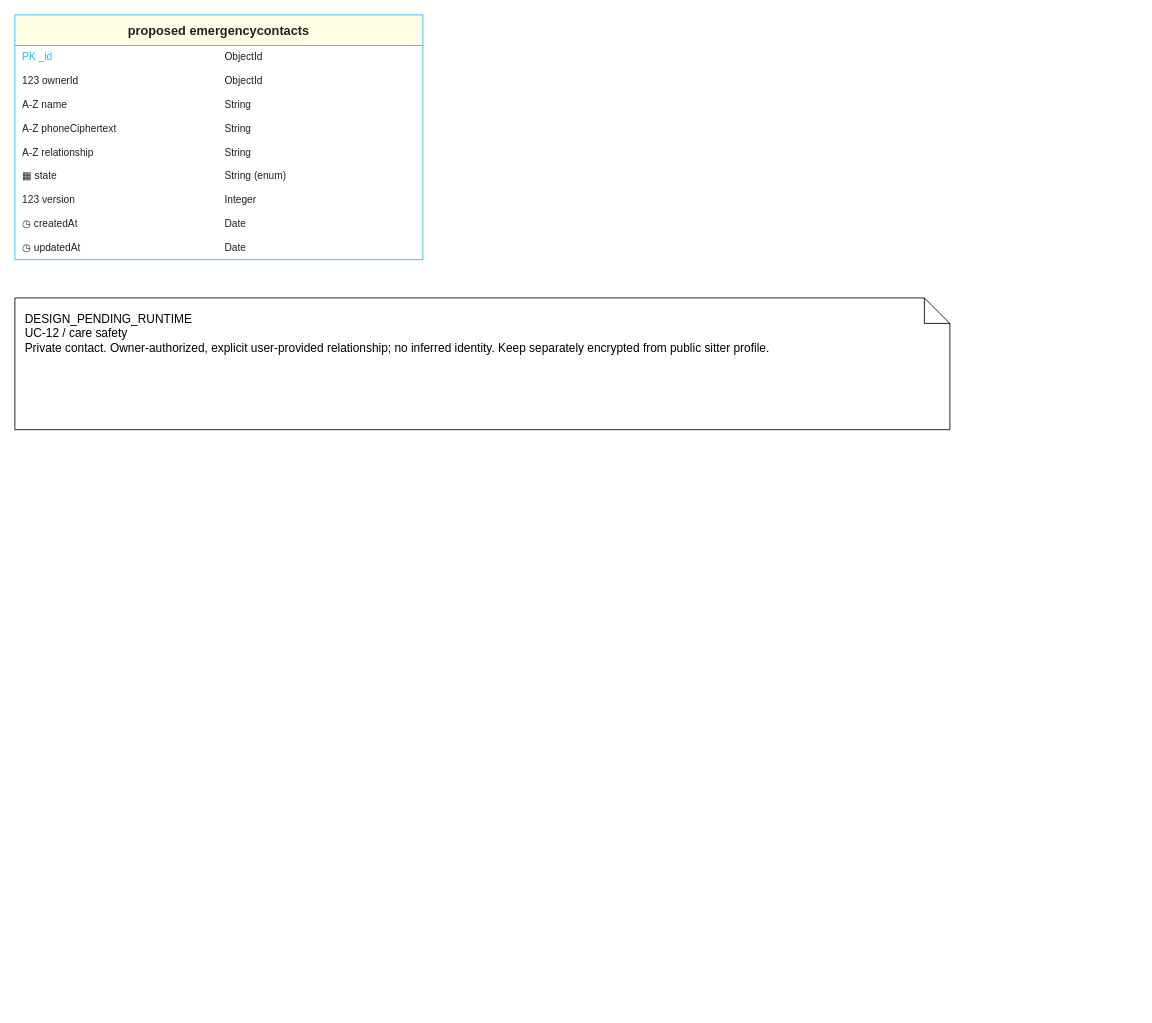
This is page "EmergencyContact — DESIGN_PENDING_RUNTIME" (1 of 11) of doc/reports/report4/database/planned-domain-schema.drawio from ngocthanhhx7/SEP490_G101_FALL2026, a draw.io file, before an edit. Source tidied: cells renumbered, new cells numbered last; positions are measured from the earlier drawing's top-left corner, leaving out a move shared by most shapes. Both pictures are drawn from the tidied source at 85%, with x=0, y=0 at pixel (14, 14).
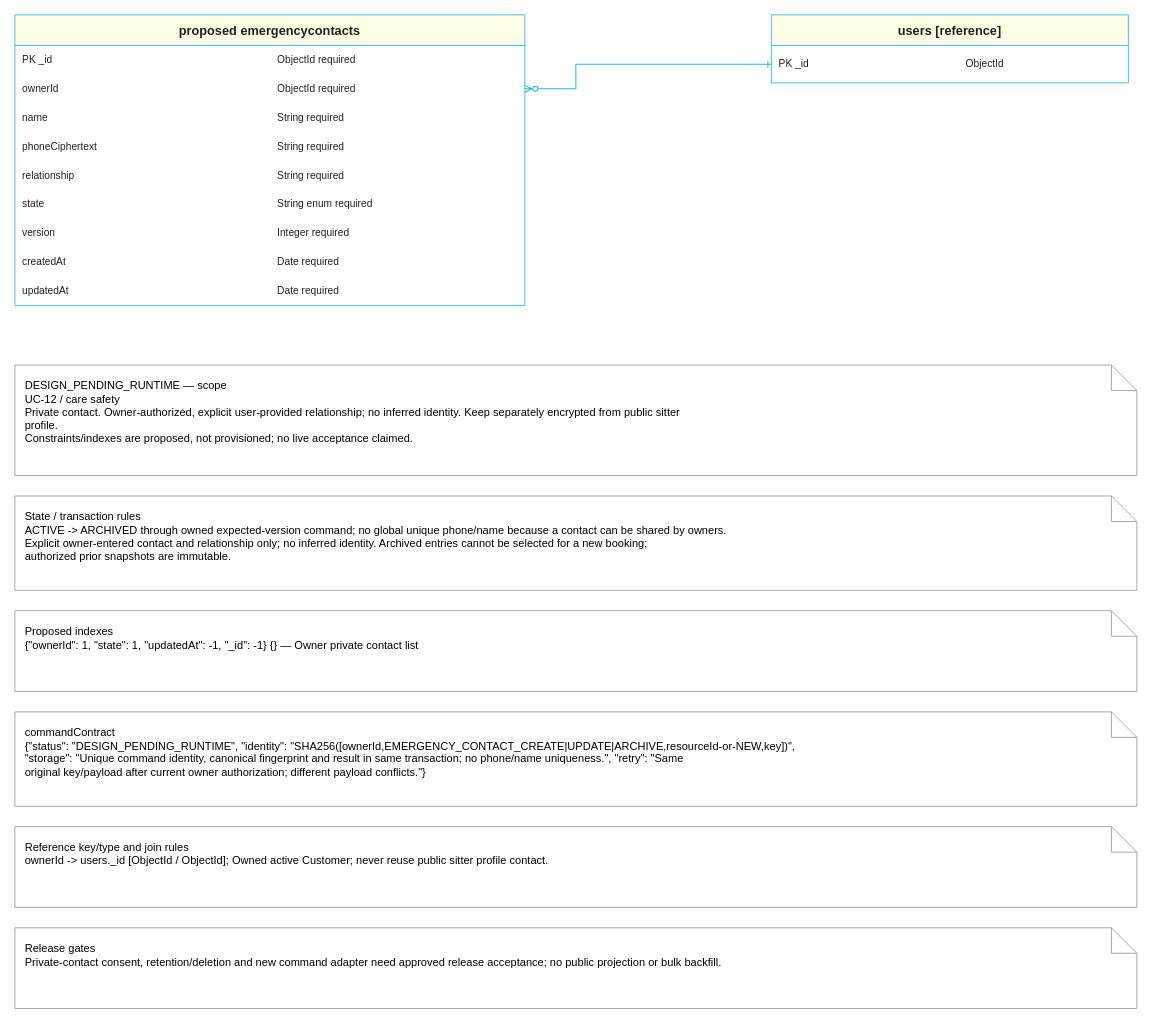
After the change.

Change to the diagram source:
```diff
@@
     <mxCell id="2" value="proposed emergencycontacts" style="swimlane;startSize=36;horizontal=1;rounded=0;html=0;fillColor=#FFFFE5;swimlaneFillColor=#ffffff;strokeColor=#22B8F0;fontColor=#202020;fontSize=15;fontStyle=1;align=center;" parent="1" vertex="1">
-      <mxGeometry width="480" height="288" as="geometry" />
+      <mxGeometry width="600" height="342" as="geometry" />
     </mxCell>
-    <mxCell id="3" value="PK _id" style="text;html=0;whiteSpace=wrap;overflow=hidden;align=left;verticalAlign=middle;fontSize=12;fontColor=#22B8F0;spacingLeft=7;strokeColor=none;" parent="2" vertex="1">
-      <mxGeometry y="36" width="240" height="28" as="geometry" />
+    <mxCell id="3" value="PK _id" style="text;html=0;whiteSpace=wrap;overflow=hidden;align=left;verticalAlign=middle;fontSize=12;fontColor=#202020;spacingLeft=7;strokeColor=none;" parent="2" vertex="1">
+      <mxGeometry y="36" width="300" height="34" as="geometry" />
     </mxCell>
-    <mxCell id="4" value="ObjectId" style="text;html=0;whiteSpace=wrap;overflow=hidden;align=left;verticalAlign=middle;fontSize=12;fontColor=#202020;spacingLeft=5;strokeColor=none;" parent="2" vertex="1">
-      <mxGeometry x="240" y="36" width="240" height="28" as="geometry" />
+    <mxCell id="4" value="ObjectId required" style="text;html=0;whiteSpace=wrap;overflow=hidden;align=left;verticalAlign=middle;fontSize=12;fontColor=#202020;spacingLeft=7;strokeColor=none;" parent="2" vertex="1">
+      <mxGeometry x="300" y="36" width="300" height="34" as="geometry" />
     </mxCell>
-    <mxCell id="5" value="123 ownerId" style="text;html=0;whiteSpace=wrap;overflow=hidden;align=left;verticalAlign=middle;fontSize=12;fontColor=#202020;spacingLeft=7;strokeColor=none;" parent="2" vertex="1">
-      <mxGeometry y="64" width="240" height="28" as="geometry" />
+    <mxCell id="5" value="ownerId" style="text;html=0;whiteSpace=wrap;overflow=hidden;align=left;verticalAlign=middle;fontSize=12;fontColor=#202020;spacingLeft=7;strokeColor=none;" parent="2" vertex="1">
+      <mxGeometry y="70" width="300" height="34" as="geometry" />
     </mxCell>
-    <mxCell id="6" value="ObjectId" style="text;html=0;whiteSpace=wrap;overflow=hidden;align=left;verticalAlign=middle;fontSize=12;fontColor=#202020;spacingLeft=5;strokeColor=none;" parent="2" vertex="1">
-      <mxGeometry x="240" y="64" width="240" height="28" as="geometry" />
+    <mxCell id="6" value="ObjectId required" style="text;html=0;whiteSpace=wrap;overflow=hidden;align=left;verticalAlign=middle;fontSize=12;fontColor=#202020;spacingLeft=7;strokeColor=none;" parent="2" vertex="1">
+      <mxGeometry x="300" y="70" width="300" height="34" as="geometry" />
     </mxCell>
-    <mxCell id="7" value="A-Z name" style="text;html=0;whiteSpace=wrap;overflow=hidden;align=left;verticalAlign=middle;fontSize=12;fontColor=#202020;spacingLeft=7;strokeColor=none;" parent="2" vertex="1">
-      <mxGeometry y="92" width="240" height="28" as="geometry" />
+    <mxCell id="7" value="name" style="text;html=0;whiteSpace=wrap;overflow=hidden;align=left;verticalAlign=middle;fontSize=12;fontColor=#202020;spacingLeft=7;strokeColor=none;" parent="2" vertex="1">
+      <mxGeometry y="104" width="300" height="34" as="geometry" />
     </mxCell>
-    <mxCell id="8" value="String" style="text;html=0;whiteSpace=wrap;overflow=hidden;align=left;verticalAlign=middle;fontSize=12;fontColor=#202020;spacingLeft=5;strokeColor=none;" parent="2" vertex="1">
-      <mxGeometry x="240" y="92" width="240" height="28" as="geometry" />
+    <mxCell id="8" value="String required" style="text;html=0;whiteSpace=wrap;overflow=hidden;align=left;verticalAlign=middle;fontSize=12;fontColor=#202020;spacingLeft=7;strokeColor=none;" parent="2" vertex="1">
+      <mxGeometry x="300" y="104" width="300" height="34" as="geometry" />
     </mxCell>
-    <mxCell id="9" value="A-Z phoneCiphertext" style="text;html=0;whiteSpace=wrap;overflow=hidden;align=left;verticalAlign=middle;fontSize=12;fontColor=#202020;spacingLeft=7;strokeColor=none;" parent="2" vertex="1">
-      <mxGeometry y="120" width="240" height="28" as="geometry" />
+    <mxCell id="9" value="phoneCiphertext" style="text;html=0;whiteSpace=wrap;overflow=hidden;align=left;verticalAlign=middle;fontSize=12;fontColor=#202020;spacingLeft=7;strokeColor=none;" parent="2" vertex="1">
+      <mxGeometry y="138" width="300" height="34" as="geometry" />
     </mxCell>
-    <mxCell id="10" value="String" style="text;html=0;whiteSpace=wrap;overflow=hidden;align=left;verticalAlign=middle;fontSize=12;fontColor=#202020;spacingLeft=5;strokeColor=none;" parent="2" vertex="1">
-      <mxGeometry x="240" y="120" width="240" height="28" as="geometry" />
+    <mxCell id="10" value="String required" style="text;html=0;whiteSpace=wrap;overflow=hidden;align=left;verticalAlign=middle;fontSize=12;fontColor=#202020;spacingLeft=7;strokeColor=none;" parent="2" vertex="1">
+      <mxGeometry x="300" y="138" width="300" height="34" as="geometry" />
     </mxCell>
-    <mxCell id="11" value="A-Z relationship" style="text;html=0;whiteSpace=wrap;overflow=hidden;align=left;verticalAlign=middle;fontSize=12;fontColor=#202020;spacingLeft=7;strokeColor=none;" parent="2" vertex="1">
-      <mxGeometry y="148" width="240" height="28" as="geometry" />
+    <mxCell id="11" value="relationship" style="text;html=0;whiteSpace=wrap;overflow=hidden;align=left;verticalAlign=middle;fontSize=12;fontColor=#202020;spacingLeft=7;strokeColor=none;" parent="2" vertex="1">
+      <mxGeometry y="172" width="300" height="34" as="geometry" />
     </mxCell>
-    <mxCell id="12" value="String" style="text;html=0;whiteSpace=wrap;overflow=hidden;align=left;verticalAlign=middle;fontSize=12;fontColor=#202020;spacingLeft=5;strokeColor=none;" parent="2" vertex="1">
-      <mxGeometry x="240" y="148" width="240" height="28" as="geometry" />
+    <mxCell id="12" value="String required" style="text;html=0;whiteSpace=wrap;overflow=hidden;align=left;verticalAlign=middle;fontSize=12;fontColor=#202020;spacingLeft=7;strokeColor=none;" parent="2" vertex="1">
+      <mxGeometry x="300" y="172" width="300" height="34" as="geometry" />
     </mxCell>
-    <mxCell id="13" value="▦ state" style="text;html=0;whiteSpace=wrap;overflow=hidden;align=left;verticalAlign=middle;fontSize=12;fontColor=#202020;spacingLeft=7;strokeColor=none;" parent="2" vertex="1">
-      <mxGeometry y="176" width="240" height="28" as="geometry" />
+    <mxCell id="13" value="state" style="text;html=0;whiteSpace=wrap;overflow=hidden;align=left;verticalAlign=middle;fontSize=12;fontColor=#202020;spacingLeft=7;strokeColor=none;" parent="2" vertex="1">
+      <mxGeometry y="206" width="300" height="34" as="geometry" />
     </mxCell>
-    <mxCell id="14" value="String (enum)" style="text;html=0;whiteSpace=wrap;overflow=hidden;align=left;verticalAlign=middle;fontSize=12;fontColor=#202020;spacingLeft=5;strokeColor=none;" parent="2" vertex="1">
-      <mxGeometry x="240" y="176" width="240" height="28" as="geometry" />
+    <mxCell id="14" value="String enum required" style="text;html=0;whiteSpace=wrap;overflow=hidden;align=left;verticalAlign=middle;fontSize=12;fontColor=#202020;spacingLeft=7;strokeColor=none;" parent="2" vertex="1">
+      <mxGeometry x="300" y="206" width="300" height="34" as="geometry" />
     </mxCell>
-    <mxCell id="15" value="123 version" style="text;html=0;whiteSpace=wrap;overflow=hidden;align=left;verticalAlign=middle;fontSize=12;fontColor=#202020;spacingLeft=7;strokeColor=none;" parent="2" vertex="1">
-      <mxGeometry y="204" width="240" height="28" as="geometry" />
+    <mxCell id="15" value="version" style="text;html=0;whiteSpace=wrap;overflow=hidden;align=left;verticalAlign=middle;fontSize=12;fontColor=#202020;spacingLeft=7;strokeColor=none;" parent="2" vertex="1">
+      <mxGeometry y="240" width="300" height="34" as="geometry" />
     </mxCell>
-    <mxCell id="16" value="Integer" style="text;html=0;whiteSpace=wrap;overflow=hidden;align=left;verticalAlign=middle;fontSize=12;fontColor=#202020;spacingLeft=5;strokeColor=none;" parent="2" vertex="1">
-      <mxGeometry x="240" y="204" width="240" height="28" as="geometry" />
+    <mxCell id="16" value="Integer required" style="text;html=0;whiteSpace=wrap;overflow=hidden;align=left;verticalAlign=middle;fontSize=12;fontColor=#202020;spacingLeft=7;strokeColor=none;" parent="2" vertex="1">
+      <mxGeometry x="300" y="240" width="300" height="34" as="geometry" />
     </mxCell>
-    <mxCell id="17" value="◷ createdAt" style="text;html=0;whiteSpace=wrap;overflow=hidden;align=left;verticalAlign=middle;fontSize=12;fontColor=#202020;spacingLeft=7;strokeColor=none;" parent="2" vertex="1">
-      <mxGeometry y="232" width="240" height="28" as="geometry" />
+    <mxCell id="17" value="createdAt" style="text;html=0;whiteSpace=wrap;overflow=hidden;align=left;verticalAlign=middle;fontSize=12;fontColor=#202020;spacingLeft=7;strokeColor=none;" parent="2" vertex="1">
+      <mxGeometry y="274" width="300" height="34" as="geometry" />
     </mxCell>
-    <mxCell id="18" value="Date" style="text;html=0;whiteSpace=wrap;overflow=hidden;align=left;verticalAlign=middle;fontSize=12;fontColor=#202020;spacingLeft=5;strokeColor=none;" parent="2" vertex="1">
-      <mxGeometry x="240" y="232" width="240" height="28" as="geometry" />
+    <mxCell id="18" value="Date required" style="text;html=0;whiteSpace=wrap;overflow=hidden;align=left;verticalAlign=middle;fontSize=12;fontColor=#202020;spacingLeft=7;strokeColor=none;" parent="2" vertex="1">
+      <mxGeometry x="300" y="274" width="300" height="34" as="geometry" />
     </mxCell>
-    <mxCell id="19" value="◷ updatedAt" style="text;html=0;whiteSpace=wrap;overflow=hidden;align=left;verticalAlign=middle;fontSize=12;fontColor=#202020;spacingLeft=7;strokeColor=none;" parent="2" vertex="1">
-      <mxGeometry y="260" width="240" height="28" as="geometry" />
+    <mxCell id="19" value="updatedAt" style="text;html=0;whiteSpace=wrap;overflow=hidden;align=left;verticalAlign=middle;fontSize=12;fontColor=#202020;spacingLeft=7;strokeColor=none;" parent="2" vertex="1">
+      <mxGeometry y="308" width="300" height="34" as="geometry" />
     </mxCell>
-    <mxCell id="20" value="Date" style="text;html=0;whiteSpace=wrap;overflow=hidden;align=left;verticalAlign=middle;fontSize=12;fontColor=#202020;spacingLeft=5;strokeColor=none;" parent="2" vertex="1">
-      <mxGeometry x="240" y="260" width="240" height="28" as="geometry" />
+    <mxCell id="20" value="Date required" style="text;html=0;whiteSpace=wrap;overflow=hidden;align=left;verticalAlign=middle;fontSize=12;fontColor=#202020;spacingLeft=7;strokeColor=none;" parent="2" vertex="1">
+      <mxGeometry x="300" y="308" width="300" height="34" as="geometry" />
     </mxCell>
-    <mxCell id="21" value="DESIGN_PENDING_RUNTIME&#10;UC-12 / care safety&#10;Private contact. Owner-authorized, explicit user-provided relationship; no inferred identity. Keep separately encrypted from public sitter profile." style="shape=note;html=0;whiteSpace=wrap;align=left;verticalAlign=top;spacing=12;fontSize=14;" parent="1" vertex="1">
-      <mxGeometry y="333" width="1100" height="155" as="geometry" />
-    </mxCell>
+    <mxCell id="22" value="users [reference]" style="swimlane;startSize=36;horizontal=1;rounded=0;html=0;fillColor=#FFFFE5;swimlaneFillColor=#ffffff;strokeColor=#22B8F0;fontColor=#202020;fontSize=15;fontStyle=1;align=center;" parent="1" vertex="1">
+      <mxGeometry x="890" width="420" height="80" as="geometry" />
+    </mxCell>
+    <mxCell id="23" value="PK _id" style="text;html=0;whiteSpace=wrap;overflow=hidden;align=left;verticalAlign=middle;fontSize=12;fontColor=#202020;spacingLeft=7;strokeColor=none;" parent="22" vertex="1">
+      <mxGeometry y="36" width="220" height="44" as="geometry" />
+    </mxCell>
+    <mxCell id="24" value="ObjectId" style="text;html=0;whiteSpace=wrap;overflow=hidden;align=left;verticalAlign=middle;fontSize=12;fontColor=#202020;spacingLeft=7;strokeColor=none;" parent="22" vertex="1">
+      <mxGeometry x="220" y="36" width="200" height="44" as="geometry" />
+    </mxCell>
+    <mxCell id="25" style="edgeStyle=none;rounded=0;html=0;exitX=1;exitY=0.2543859649122807;exitPerimeter=0;entryX=0;entryY=0.725;entryPerimeter=0;startArrow=ERzeroToMany;startFill=0;endArrow=ERone;endFill=0;strokeColor=#22B8F0;strokeWidth=1.2;" parent="1" edge="1" source="2" target="22">
+      <mxGeometry relative="1" as="geometry">
+        <Array as="points">
+          <mxPoint x="660" y="87" />
+          <mxPoint x="660" y="58" />
+        </Array>
+      </mxGeometry>
+    </mxCell>
+    <mxCell id="26" value="DESIGN_PENDING_RUNTIME — scope&#10;UC-12 / care safety&#10;Private contact. Owner-authorized, explicit user-provided relationship; no inferred identity. Keep separately encrypted from public sitter&#10;profile.&#10;Constraints/indexes are proposed, not provisioned; no live acceptance claimed." style="shape=note;html=0;whiteSpace=wrap;align=left;verticalAlign=top;spacing=12;fontSize=13;fillColor=#ffffff;strokeColor=#999999;" parent="1" vertex="1">
+      <mxGeometry y="412" width="1320" height="130" as="geometry" />
+    </mxCell>
+    <mxCell id="27" value="State / transaction rules&#10;ACTIVE -&gt; ARCHIVED through owned expected-version command; no global unique phone/name because a contact can be shared by owners.&#10;Explicit owner-entered contact and relationship only; no inferred identity. Archived entries cannot be selected for a new booking;&#10;authorized prior snapshots are immutable." style="shape=note;html=0;whiteSpace=wrap;align=left;verticalAlign=top;spacing=12;fontSize=13;fillColor=#ffffff;strokeColor=#999999;" parent="1" vertex="1">
+      <mxGeometry y="566" width="1320" height="111" as="geometry" />
+    </mxCell>
+    <mxCell id="28" value="Proposed indexes&#10;{&quot;ownerId&quot;: 1, &quot;state&quot;: 1, &quot;updatedAt&quot;: -1, &quot;_id&quot;: -1} {} — Owner private contact list" style="shape=note;html=0;whiteSpace=wrap;align=left;verticalAlign=top;spacing=12;fontSize=13;fillColor=#ffffff;strokeColor=#999999;" parent="1" vertex="1">
+      <mxGeometry y="701" width="1320" height="95" as="geometry" />
+    </mxCell>
+    <mxCell id="29" value="commandContract&#10;{&quot;status&quot;: &quot;DESIGN_PENDING_RUNTIME&quot;, &quot;identity&quot;: &quot;SHA256([ownerId,EMERGENCY_CONTACT_CREATE|UPDATE|ARCHIVE,resourceId-or-NEW,key])&quot;,&#10;&quot;storage&quot;: &quot;Unique command identity, canonical fingerprint and result in same transaction; no phone/name uniqueness.&quot;, &quot;retry&quot;: &quot;Same&#10;original key/payload after current owner authorization; different payload conflicts.&quot;}" style="shape=note;html=0;whiteSpace=wrap;align=left;verticalAlign=top;spacing=12;fontSize=13;fillColor=#ffffff;strokeColor=#999999;" parent="1" vertex="1">
+      <mxGeometry y="820" width="1320" height="111" as="geometry" />
+    </mxCell>
+    <mxCell id="30" value="Reference key/type and join rules&#10;ownerId -&gt; users._id [ObjectId / ObjectId]; Owned active Customer; never reuse public sitter profile contact." style="shape=note;html=0;whiteSpace=wrap;align=left;verticalAlign=top;spacing=12;fontSize=13;fillColor=#ffffff;strokeColor=#999999;" parent="1" vertex="1">
+      <mxGeometry y="955" width="1320" height="95" as="geometry" />
+    </mxCell>
+    <mxCell id="31" value="Release gates&#10;Private-contact consent, retention/deletion and new command adapter need approved release acceptance; no public projection or bulk backfill." style="shape=note;html=0;whiteSpace=wrap;align=left;verticalAlign=top;spacing=12;fontSize=13;fillColor=#ffffff;strokeColor=#999999;" parent="1" vertex="1">
+      <mxGeometry y="1074" width="1320" height="95" as="geometry" />
+    </mxCell>
```
